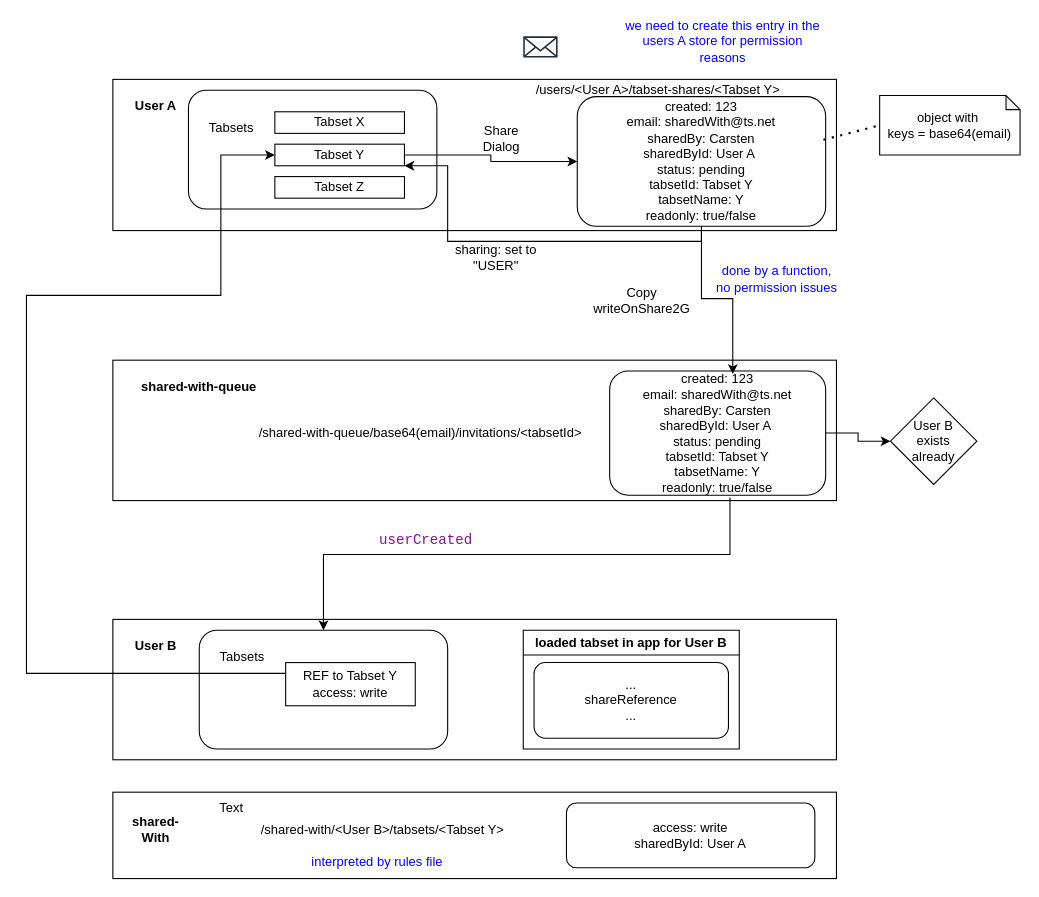
Above: docs/sharing.drawio in evandor/tabsets-pro (draw.io), before the change. Source tidied: cells renumbered, new cells numbered last; positions are measured from the earlier drawing's top-left corner, leaving out a move shared by most shapes. Both pictures are drawn from the tidied source at 108%, with x=0, y=0 at pixel (26, 25).
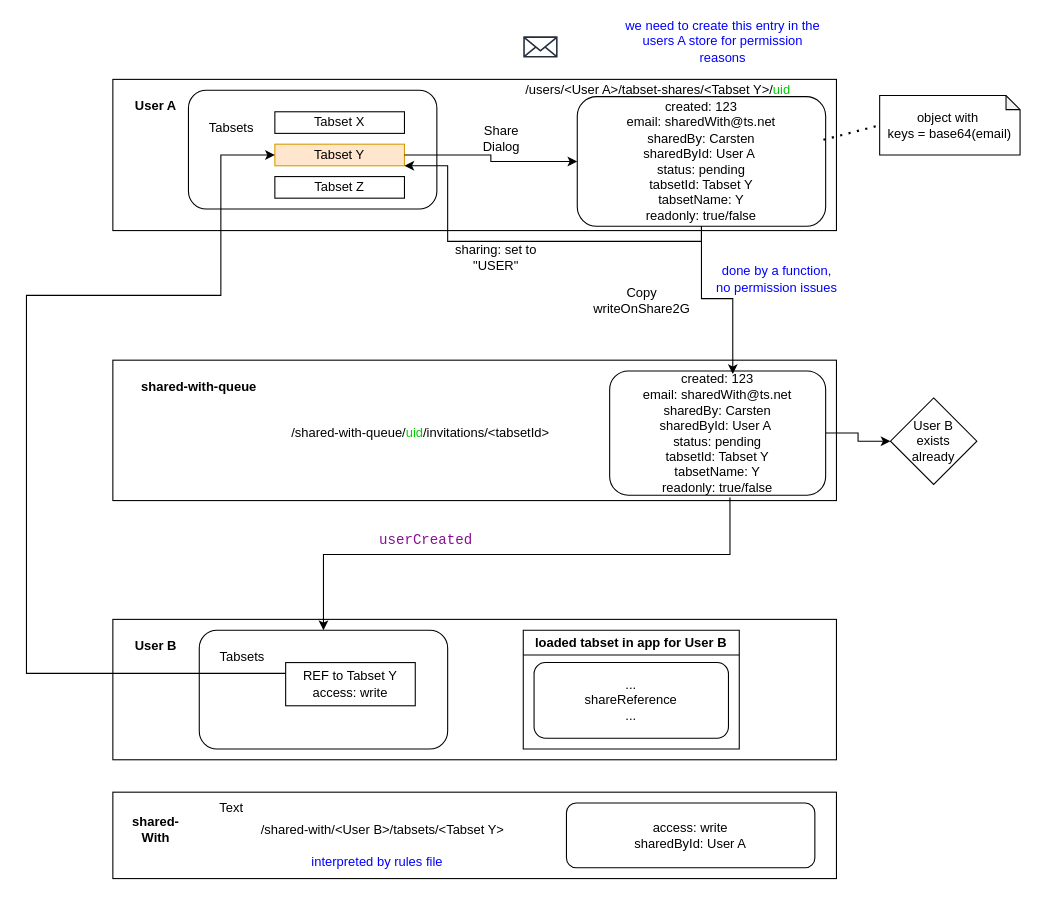
After the change.

What changed in the source:
```diff
@@
-    <mxCell id="7" value="Tabset Y" style="rounded=0;whiteSpace=wrap;html=1;" parent="1" vertex="1">
+    <mxCell id="7" value="Tabset Y" style="rounded=0;whiteSpace=wrap;html=1;fillColor=#ffe6cc;strokeColor=#d79b00;" parent="1" vertex="1">
       <mxGeometry x="230" y="110" width="120" height="20" as="geometry" />
     </mxCell>
@@
-    <mxCell id="32" value="/users/&amp;lt;User A&amp;gt;/tabset-shares/&amp;lt;Tabset Y&amp;gt;" style="text;html=1;strokeColor=none;fillColor=none;align=center;verticalAlign=middle;whiteSpace=wrap;rounded=0;" parent="1" vertex="1">
+    <mxCell id="32" value="/users/&amp;lt;User A&amp;gt;/tabset-shares/&amp;lt;Tabset Y&amp;gt;/&lt;font style=&quot;color: rgb(0, 204, 0);&quot;&gt;uid&lt;/font&gt;" style="text;html=1;strokeColor=none;fillColor=none;align=center;verticalAlign=middle;whiteSpace=wrap;rounded=0;" parent="1" vertex="1">
       <mxGeometry x="340" y="40" width="490" height="40" as="geometry" />
     </mxCell>
@@
-    <mxCell id="42" value="/shared-with-queue/base64(email)/invitations/&amp;lt;tabsetId&amp;gt;" style="text;html=1;strokeColor=none;fillColor=none;align=center;verticalAlign=middle;whiteSpace=wrap;rounded=0;" parent="1" vertex="1">
+    <mxCell id="42" value="/shared-with-queue/&lt;font style=&quot;color: rgb(0, 204, 0);&quot;&gt;uid&lt;/font&gt;/invitations/&amp;lt;tabsetId&amp;gt;" style="text;html=1;strokeColor=none;fillColor=none;align=center;verticalAlign=middle;whiteSpace=wrap;rounded=0;" parent="1" vertex="1">
       <mxGeometry x="160" y="367.5" width="410" height="20" as="geometry" />
     </mxCell>
```
